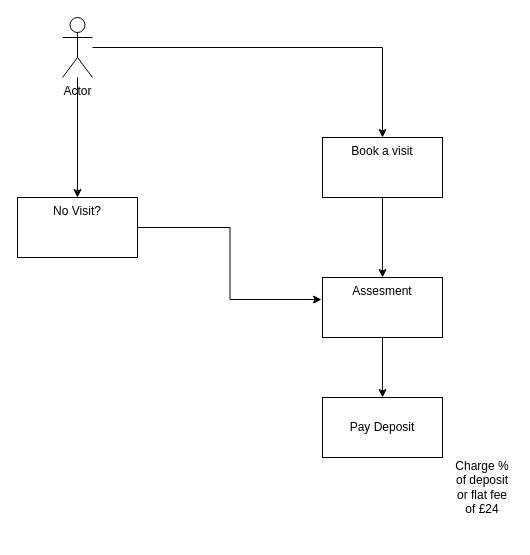
mattwatts36/drawings keeps this draw.io diagram as CarehomeHighLevelProcess.drawio. Above is the earlier version. Source tidied: cells renumbered, new cells numbered last; positions are measured from the earlier drawing's top-left corner, leaving out a move shared by most shapes. Both pictures are drawn from the tidied source at 100%, with x=0, y=0 at pixel (17, 17).
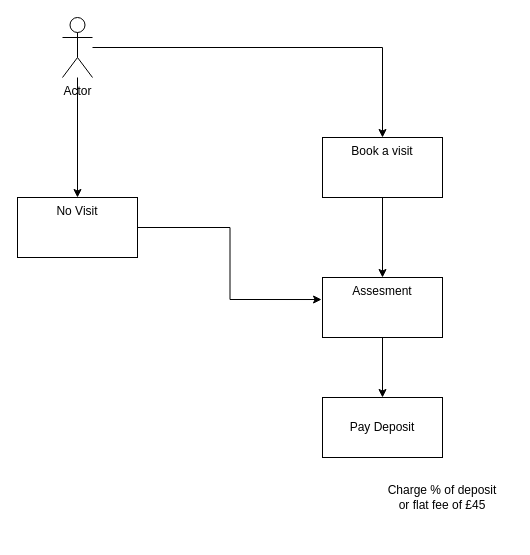
The same page after the edit.

Commit message:
Changed the fee amount

Change to the diagram source:
```diff
@@
 <mxGraphModel>
   <root>
     <mxCell id="0" />
     <mxCell id="1" parent="0" />
     <mxCell id="2" style="edgeStyle=orthogonalEdgeStyle;rounded=0;jettySize=auto;html=1;" parent="1" edge="1" source="4" target="7">
       <mxGeometry relative="1" as="geometry" />
     </mxCell>
     <mxCell id="3" style="edgeStyle=orthogonalEdgeStyle;rounded=0;jettySize=auto;html=1;" parent="1" edge="1" source="4" target="9">
       <mxGeometry relative="1" as="geometry" />
     </mxCell>
     <mxCell id="4" value="Actor" style="shape=umlActor;verticalLabelPosition=bottom;verticalAlign=top;html=1;outlineConnect=0;" parent="1" vertex="1">
       <mxGeometry x="45" width="30" height="60" as="geometry" />
     </mxCell>
     <mxCell id="5" value="Pay Deposit" style="rounded=0;whiteSpace=wrap;html=1;" parent="1" vertex="1">
       <mxGeometry x="305" y="380" width="120" height="60" as="geometry" />
     </mxCell>
     <mxCell id="6" style="edgeStyle=orthogonalEdgeStyle;rounded=0;jettySize=auto;html=1;" parent="1" edge="1" source="7" target="11">
       <mxGeometry relative="1" as="geometry" />
     </mxCell>
     <mxCell id="7" value="Book a visit" style="whiteSpace=wrap;html=1;verticalAlign=top;" parent="1" vertex="1">
       <mxGeometry x="305" y="120" width="120" height="60" as="geometry" />
     </mxCell>
     <mxCell id="8" style="edgeStyle=orthogonalEdgeStyle;rounded=0;jettySize=auto;html=1;entryX=-0.008;entryY=0.367;entryDx=0;entryDy=0;entryPerimeter=0;" parent="1" edge="1" source="9" target="11">
       <mxGeometry relative="1" as="geometry" />
     </mxCell>
-    <mxCell id="9" value="No Visit?" style="whiteSpace=wrap;html=1;verticalAlign=top;" parent="1" vertex="1">
+    <mxCell id="9" value="No Visit" style="whiteSpace=wrap;html=1;verticalAlign=top;" parent="1" vertex="1">
       <mxGeometry y="180" width="120" height="60" as="geometry" />
     </mxCell>
     <mxCell id="10" style="edgeStyle=orthogonalEdgeStyle;rounded=0;jettySize=auto;html=1;" parent="1" edge="1" source="11" target="5">
       <mxGeometry relative="1" as="geometry" />
     </mxCell>
     <mxCell id="11" value="Assesment" style="whiteSpace=wrap;html=1;verticalAlign=top;" parent="1" vertex="1">
       <mxGeometry x="305" y="260" width="120" height="60" as="geometry" />
     </mxCell>
-    <mxCell id="12" value="Charge % of deposit or flat fee of £24" style="text;html=1;strokeColor=none;fillColor=none;align=center;verticalAlign=middle;whiteSpace=wrap;rounded=0;" parent="1" vertex="1">
-      <mxGeometry x="435" y="430" width="60" height="80" as="geometry" />
+    <mxCell id="12" value="Charge % of deposit or flat fee of £45" style="text;html=1;strokeColor=none;fillColor=none;align=center;verticalAlign=middle;whiteSpace=wrap;rounded=0;" parent="1" vertex="1">
+      <mxGeometry x="365" y="440" width="120" height="80" as="geometry" />
     </mxCell>
   </root>
 </mxGraphModel>
```
